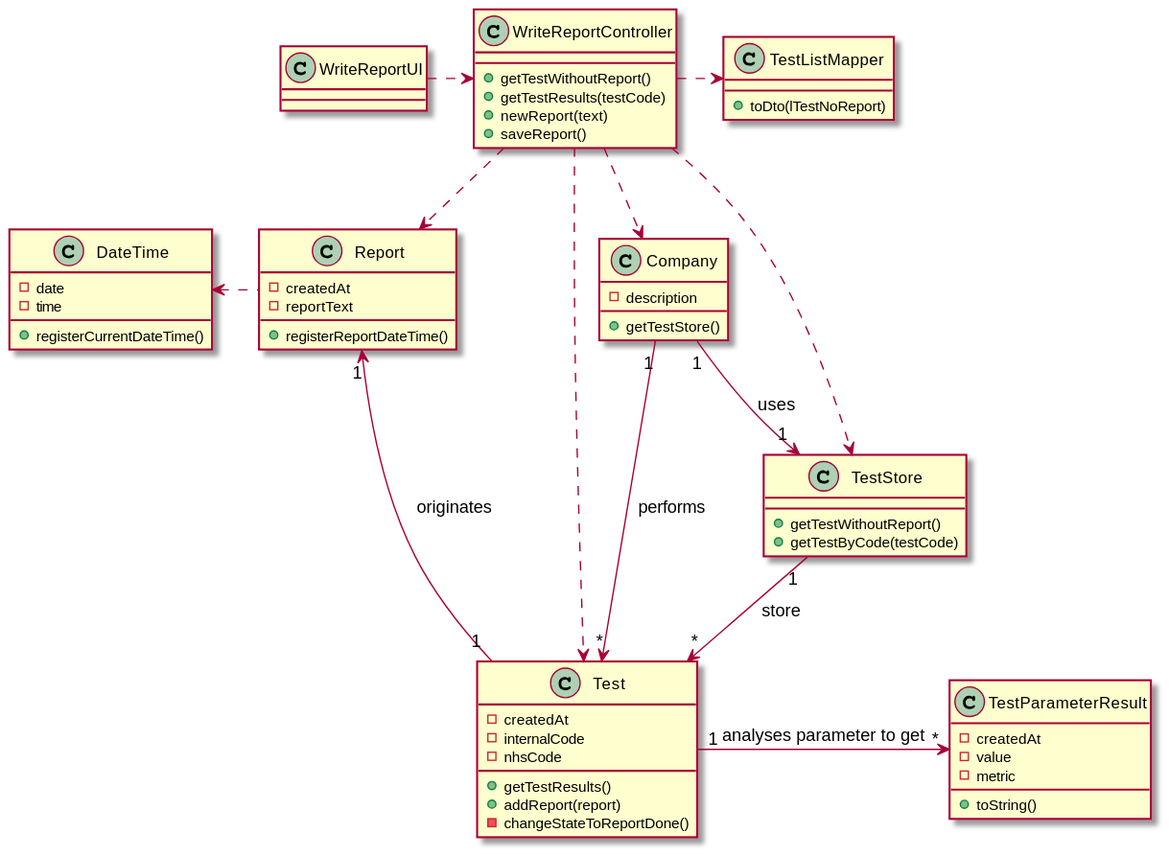
Above: docs/SprintC/US14/US14_CD.svg in GuilhermeCunha79/lapr2 (PlantUML), before the change.
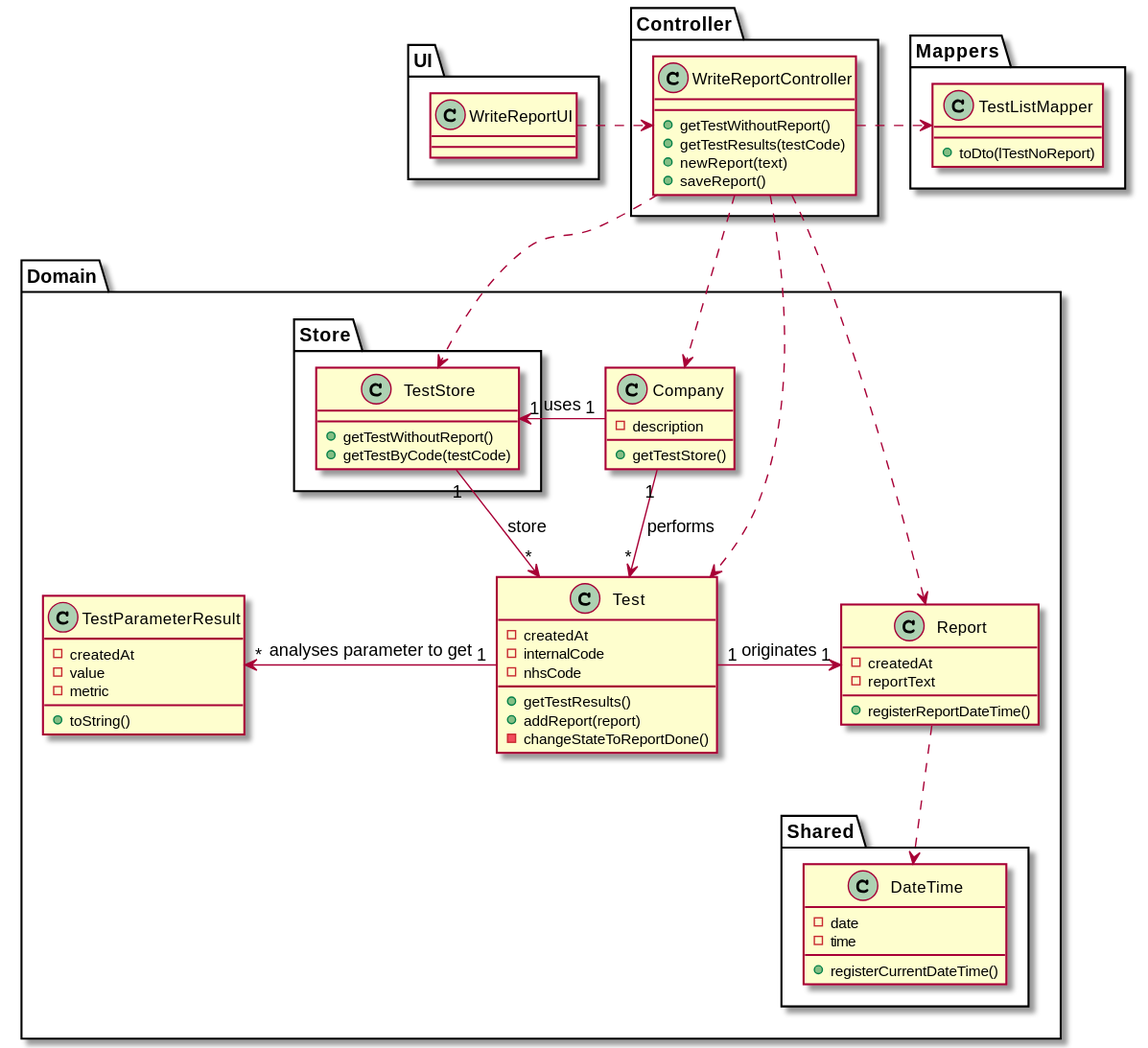
After the change.

Commit message:
[US14] Added packages to US14 class diagram [Implementation] Added code to allow the receptionist to select from which lab he/she is working from

The edit, as a diff of the source:
```diff
@@ -1,29 +1,30 @@
 @startuml
 
+package UI {
 class WriteReportUI {
 }
+}
 
+package Controller {
 class WriteReportController {
     +getTestWithoutReport()
     +getTestResults(testCode)
     +newReport(text)
     +saveReport()
 }
+}
 
+package Domain {
 class Company {
     -description
     +getTestStore()
 }
-
+package Store {
 class TestStore {
     +getTestWithoutReport()
     +getTestByCode(testCode)
 }
-
-class TestListMapper {
-    +toDto(lTestNoReport)
 }
-
 class Test {
     -createdAt
     -internalCode
@@ -45,11 +46,19 @@
     -reportText
     +registerReportDateTime()
 }
-
+package Shared {
 class DateTime {
     -date
     -time
     +registerCurrentDateTime()
+}
+}
+}
+
+package Mappers {
+class TestListMapper {
+    +toDto(lTestNoReport)
+}
 }
 
 WriteReportUI .right.> WriteReportController
@@ -59,10 +68,10 @@
 WriteReportController ..> Test
 WriteReportController ..> Report
 Company"1" --> "*"Test : "performs"
-Company"1" --> "1"TestStore : "uses"
+Company"1" -left-> "1"TestStore : "uses"
 TestStore"1" --> "*"Test : "store"
 Test"1" -left-> "1"Report : "originates"
-Test"1" -right-> "*"TestParameterResult : "analyses parameter to get"
-Report .left.> DateTime
+Test"1" -left-> "*"TestParameterResult : "analyses parameter to get"
+Report ..> DateTime
 
 @enduml
```
